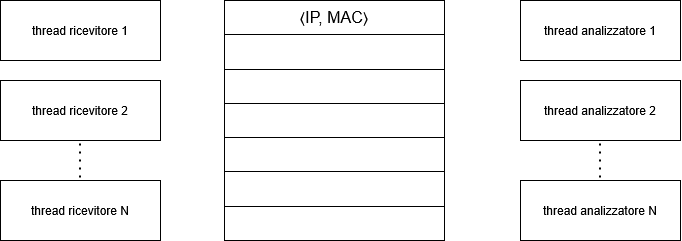
Earlier version of the draw.io export Images/Diagramma senza titolo.drawio.png (melo222/DAI-Open-Source). Source tidied: cells renumbered, new cells last; positions are measured from the earlier drawing's top-left corner, leaving out a move shared by most shapes.
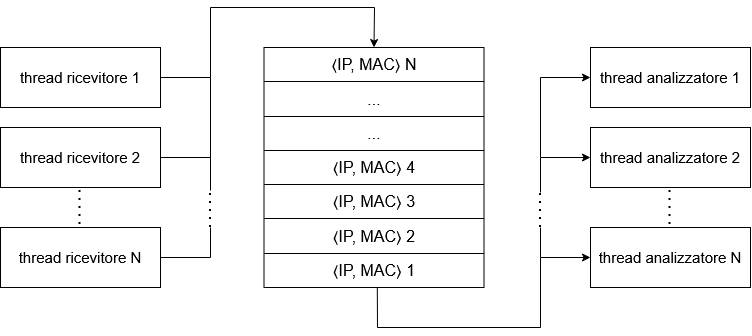
After the commit.

Diff of the diagram source:
```diff
@@ -2,80 +2,156 @@
   <root>
     <mxCell id="0" />
     <mxCell id="1" parent="0" />
-    <mxCell id="2" value="thread ricevitore 1" style="rounded=0;whiteSpace=wrap;html=1;" parent="1" vertex="1">
-      <mxGeometry width="160" height="60" as="geometry" />
+    <mxCell id="2" value="thread ricevitore 1" style="rounded=0;whiteSpace=wrap;html=1;fontSize=15;fontStyle=0;" parent="1" vertex="1">
+      <mxGeometry x="-40" width="160" height="60" as="geometry" />
     </mxCell>
-    <mxCell id="3" value="&lt;div&gt;thread ricevitore 2&lt;/div&gt;" style="rounded=0;whiteSpace=wrap;html=1;" parent="1" vertex="1">
-      <mxGeometry y="80" width="160" height="60" as="geometry" />
+    <mxCell id="3" value="&lt;div&gt;thread ricevitore 2&lt;/div&gt;" style="rounded=0;whiteSpace=wrap;html=1;fontSize=15;fontStyle=0;" parent="1" vertex="1">
+      <mxGeometry x="-40" y="80" width="160" height="60" as="geometry" />
     </mxCell>
-    <mxCell id="4" value="thread ricevitore N" style="rounded=0;whiteSpace=wrap;html=1;" parent="1" vertex="1">
-      <mxGeometry y="180" width="160" height="60" as="geometry" />
+    <mxCell id="4" value="thread ricevitore N" style="rounded=0;whiteSpace=wrap;html=1;fontSize=15;fontStyle=0;" parent="1" vertex="1">
+      <mxGeometry x="-40" y="180" width="160" height="60" as="geometry" />
     </mxCell>
-    <mxCell id="5" value="thread analizzatore 1" style="rounded=0;whiteSpace=wrap;html=1;" parent="1" vertex="1">
-      <mxGeometry x="520" width="160" height="60" as="geometry" />
+    <mxCell id="5" value="thread analizzatore 1" style="rounded=0;whiteSpace=wrap;html=1;fontSize=15;fontStyle=0;" parent="1" vertex="1">
+      <mxGeometry x="550" width="160" height="60" as="geometry" />
     </mxCell>
-    <mxCell id="6" value="&lt;div&gt;thread&amp;nbsp;analizzatore&amp;nbsp;2&lt;/div&gt;" style="rounded=0;whiteSpace=wrap;html=1;" parent="1" vertex="1">
-      <mxGeometry x="520" y="80" width="160" height="60" as="geometry" />
+    <mxCell id="6" value="&lt;div&gt;thread&amp;nbsp;analizzatore&amp;nbsp;2&lt;/div&gt;" style="rounded=0;whiteSpace=wrap;html=1;fontSize=15;fontStyle=0;" parent="1" vertex="1">
+      <mxGeometry x="550" y="80" width="160" height="60" as="geometry" />
     </mxCell>
-    <mxCell id="7" value="thread&amp;nbsp;analizzatore N" style="rounded=0;whiteSpace=wrap;html=1;" parent="1" vertex="1">
-      <mxGeometry x="520" y="180" width="160" height="60" as="geometry" />
+    <mxCell id="7" value="thread&amp;nbsp;analizzatore N" style="rounded=0;whiteSpace=wrap;html=1;fontSize=15;fontStyle=0;" parent="1" vertex="1">
+      <mxGeometry x="550" y="180" width="160" height="60" as="geometry" />
     </mxCell>
     <mxCell id="8" style="endArrow=none;dashed=1;html=1;dashPattern=1 3;strokeWidth=2;rounded=0;" parent="1" edge="1">
       <mxGeometry relative="1" as="geometry">
-        <mxPoint x="79.5" y="177" as="sourcePoint" />
-        <mxPoint x="79.5" y="137" as="targetPoint" />
+        <mxPoint x="39.5" y="177" as="sourcePoint" />
+        <mxPoint x="39.5" y="137" as="targetPoint" />
       </mxGeometry>
     </mxCell>
     <mxCell id="9" style="endArrow=none;dashed=1;html=1;dashPattern=1 3;strokeWidth=2;rounded=0;" parent="1" edge="1">
       <mxGeometry relative="1" as="geometry">
-        <mxPoint x="599.5" y="177" as="sourcePoint" />
-        <mxPoint x="599.5" y="137" as="targetPoint" />
+        <mxPoint x="629.5" y="177" as="sourcePoint" />
+        <mxPoint x="629.5" y="137" as="targetPoint" />
       </mxGeometry>
     </mxCell>
     <mxCell id="10" style="shape=table;startSize=0;fontSize=16;" parent="1" vertex="1">
-      <mxGeometry x="224" width="220" height="240" as="geometry" />
+      <mxGeometry x="223.5" width="220" height="240" as="geometry" />
     </mxCell>
     <mxCell id="11" style="shape=tableRow;horizontal=0;startSize=0;swimlaneHead=0;swimlaneBody=0;strokeColor=inherit;top=0;left=0;bottom=0;right=0;fillColor=none;fontSize=16;" parent="10" vertex="1">
       <mxGeometry width="220" height="34" as="geometry" />
     </mxCell>
-    <mxCell id="12" value="&lt;div&gt;⟨IP, MAC⟩&lt;/div&gt;" style="shape=partialRectangle;html=1;whiteSpace=wrap;strokeColor=inherit;overflow=hidden;fillColor=none;top=0;left=0;bottom=0;right=0;fontSize=16;" parent="11" vertex="1">
+    <mxCell id="12" value="&lt;div&gt;⟨IP, MAC⟩ N&lt;/div&gt;" style="shape=partialRectangle;html=1;whiteSpace=wrap;strokeColor=inherit;overflow=hidden;fillColor=none;top=0;left=0;bottom=0;right=0;fontSize=16;" parent="11" vertex="1">
       <mxGeometry width="220" height="34" as="geometry" />
     </mxCell>
     <mxCell id="13" style="shape=tableRow;horizontal=0;startSize=0;swimlaneHead=0;swimlaneBody=0;strokeColor=inherit;top=0;left=0;bottom=0;right=0;fillColor=none;fontSize=16;" parent="10" vertex="1">
       <mxGeometry y="34" width="220" height="35" as="geometry" />
     </mxCell>
-    <mxCell id="14" style="shape=partialRectangle;html=1;whiteSpace=wrap;strokeColor=inherit;overflow=hidden;fillColor=none;top=0;left=0;bottom=0;right=0;fontSize=16;" parent="13" vertex="1">
+    <mxCell id="14" value="&lt;div&gt;...&lt;/div&gt;" style="shape=partialRectangle;html=1;whiteSpace=wrap;strokeColor=inherit;overflow=hidden;fillColor=none;top=0;left=0;bottom=0;right=0;fontSize=16;" parent="13" vertex="1">
       <mxGeometry width="220" height="35" as="geometry" />
     </mxCell>
     <mxCell id="15" style="shape=tableRow;horizontal=0;startSize=0;swimlaneHead=0;swimlaneBody=0;strokeColor=inherit;top=0;left=0;bottom=0;right=0;fillColor=none;fontSize=16;" parent="10" vertex="1">
       <mxGeometry y="69" width="220" height="34" as="geometry" />
     </mxCell>
-    <mxCell id="16" style="shape=partialRectangle;html=1;whiteSpace=wrap;strokeColor=inherit;overflow=hidden;fillColor=none;top=0;left=0;bottom=0;right=0;fontSize=16;" parent="15" vertex="1">
+    <mxCell id="16" value="&lt;div&gt;...&lt;/div&gt;" style="shape=partialRectangle;html=1;whiteSpace=wrap;strokeColor=inherit;overflow=hidden;fillColor=none;top=0;left=0;bottom=0;right=0;fontSize=16;" parent="15" vertex="1">
       <mxGeometry width="220" height="34" as="geometry" />
     </mxCell>
     <mxCell id="17" style="shape=tableRow;horizontal=0;startSize=0;swimlaneHead=0;swimlaneBody=0;strokeColor=inherit;top=0;left=0;bottom=0;right=0;fillColor=none;fontSize=16;" parent="10" vertex="1">
       <mxGeometry y="103" width="220" height="34" as="geometry" />
     </mxCell>
-    <mxCell id="18" style="shape=partialRectangle;html=1;whiteSpace=wrap;strokeColor=inherit;overflow=hidden;fillColor=none;top=0;left=0;bottom=0;right=0;fontSize=16;" parent="17" vertex="1">
+    <mxCell id="18" value="&lt;div&gt;⟨IP, MAC⟩ 4&lt;/div&gt;" style="shape=partialRectangle;html=1;whiteSpace=wrap;strokeColor=inherit;overflow=hidden;fillColor=none;top=0;left=0;bottom=0;right=0;fontSize=16;" parent="17" vertex="1">
       <mxGeometry width="220" height="34" as="geometry" />
     </mxCell>
     <mxCell id="19" style="shape=tableRow;horizontal=0;startSize=0;swimlaneHead=0;swimlaneBody=0;strokeColor=inherit;top=0;left=0;bottom=0;right=0;fillColor=none;fontSize=16;" parent="10" vertex="1">
       <mxGeometry y="137" width="220" height="34" as="geometry" />
     </mxCell>
-    <mxCell id="20" style="shape=partialRectangle;html=1;whiteSpace=wrap;strokeColor=inherit;overflow=hidden;fillColor=none;top=0;left=0;bottom=0;right=0;fontSize=16;" parent="19" vertex="1">
+    <mxCell id="20" value="&lt;div&gt;⟨IP, MAC⟩ 3&lt;/div&gt;" style="shape=partialRectangle;html=1;whiteSpace=wrap;strokeColor=inherit;overflow=hidden;fillColor=none;top=0;left=0;bottom=0;right=0;fontSize=16;" parent="19" vertex="1">
       <mxGeometry width="220" height="34" as="geometry" />
     </mxCell>
     <mxCell id="21" style="shape=tableRow;horizontal=0;startSize=0;swimlaneHead=0;swimlaneBody=0;strokeColor=inherit;top=0;left=0;bottom=0;right=0;fillColor=none;fontSize=16;" parent="10" vertex="1">
       <mxGeometry y="171" width="220" height="35" as="geometry" />
     </mxCell>
-    <mxCell id="22" style="shape=partialRectangle;html=1;whiteSpace=wrap;strokeColor=inherit;overflow=hidden;fillColor=none;top=0;left=0;bottom=0;right=0;fontSize=16;" parent="21" vertex="1">
+    <mxCell id="22" value="&lt;div&gt;⟨IP, MAC⟩ 2&lt;/div&gt;" style="shape=partialRectangle;html=1;whiteSpace=wrap;strokeColor=inherit;overflow=hidden;fillColor=none;top=0;left=0;bottom=0;right=0;fontSize=16;" parent="21" vertex="1">
       <mxGeometry width="220" height="35" as="geometry" />
     </mxCell>
     <mxCell id="23" style="shape=tableRow;horizontal=0;startSize=0;swimlaneHead=0;swimlaneBody=0;strokeColor=inherit;top=0;left=0;bottom=0;right=0;fillColor=none;points=[[0,0.5],[1,0.5]];portConstraint=eastwest;fontSize=16;" parent="10" vertex="1">
       <mxGeometry y="206" width="220" height="34" as="geometry" />
     </mxCell>
-    <mxCell id="24" style="shape=partialRectangle;html=1;whiteSpace=wrap;strokeColor=inherit;overflow=hidden;fillColor=none;top=0;left=0;bottom=0;right=0;fontSize=16;" parent="23" vertex="1">
+    <mxCell id="24" value="&lt;div&gt;⟨IP, MAC⟩ 1&lt;/div&gt;" style="shape=partialRectangle;html=1;whiteSpace=wrap;strokeColor=inherit;overflow=hidden;fillColor=none;top=0;left=0;bottom=0;right=0;fontSize=16;" parent="23" vertex="1">
       <mxGeometry width="220" height="34" as="geometry" />
     </mxCell>
+    <mxCell id="25" style="endArrow=classic;html=1;rounded=0;entryX=0.5;entryY=0;entryDx=0;entryDy=0;" parent="1" edge="1" target="10">
+      <mxGeometry relative="1" as="geometry">
+        <mxPoint x="120" y="30" as="sourcePoint" />
+        <Array as="points">
+          <mxPoint x="170" y="30" />
+          <mxPoint x="170" y="-40" />
+          <mxPoint x="334" y="-40" />
+        </Array>
+      </mxGeometry>
+    </mxCell>
+    <mxCell id="26" style="endArrow=none;html=1;rounded=0;exitX=1;exitY=0.5;exitDx=0;exitDy=0;" parent="1" edge="1" source="3">
+      <mxGeometry relative="1" as="geometry">
+        <mxPoint x="170" y="30" as="targetPoint" />
+        <Array as="points">
+          <mxPoint x="170" y="110" />
+        </Array>
+      </mxGeometry>
+    </mxCell>
+    <mxCell id="27" style="endArrow=none;html=1;rounded=0;exitX=1;exitY=0.5;exitDx=0;exitDy=0;" parent="1" edge="1">
+      <mxGeometry relative="1" as="geometry">
+        <mxPoint x="120" y="210" as="sourcePoint" />
+        <mxPoint x="170" y="180" as="targetPoint" />
+        <Array as="points">
+          <mxPoint x="170" y="210" />
+        </Array>
+      </mxGeometry>
+    </mxCell>
+    <mxCell id="28" style="endArrow=none;dashed=1;html=1;dashPattern=1 3;strokeWidth=2;rounded=0;" parent="1" edge="1">
+      <mxGeometry relative="1" as="geometry">
+        <mxPoint x="170" y="180" as="sourcePoint" />
+        <mxPoint x="170" y="140" as="targetPoint" />
+      </mxGeometry>
+    </mxCell>
+    <mxCell id="29" style="endArrow=none;html=1;rounded=0;" parent="1" edge="1">
+      <mxGeometry relative="1" as="geometry">
+        <mxPoint x="170" y="143" as="sourcePoint" />
+        <mxPoint x="170" y="103" as="targetPoint" />
+      </mxGeometry>
+    </mxCell>
+    <mxCell id="30" style="endArrow=classic;html=1;rounded=0;exitX=0.515;exitY=0.998;exitDx=0;exitDy=0;exitPerimeter=0;entryX=0;entryY=0.5;entryDx=0;entryDy=0;" parent="1" edge="1" source="23" target="7">
+      <mxGeometry relative="1" as="geometry">
+        <Array as="points">
+          <mxPoint x="337" y="280" />
+          <mxPoint x="500" y="280" />
+          <mxPoint x="500" y="210" />
+        </Array>
+      </mxGeometry>
+    </mxCell>
+    <mxCell id="31" style="endArrow=none;html=1;rounded=0;" parent="1" edge="1">
+      <mxGeometry relative="1" as="geometry">
+        <mxPoint x="500" y="210" as="sourcePoint" />
+        <mxPoint x="500" y="180" as="targetPoint" />
+      </mxGeometry>
+    </mxCell>
+    <mxCell id="32" style="endArrow=none;dashed=1;html=1;dashPattern=1 3;strokeWidth=2;rounded=0;" parent="1" edge="1">
+      <mxGeometry relative="1" as="geometry">
+        <mxPoint x="500" y="180" as="sourcePoint" />
+        <mxPoint x="500" y="140" as="targetPoint" />
+      </mxGeometry>
+    </mxCell>
+    <mxCell id="33" style="endArrow=classic;html=1;rounded=0;entryX=0;entryY=0.5;entryDx=0;entryDy=0;" parent="1" edge="1" target="6">
+      <mxGeometry relative="1" as="geometry">
+        <mxPoint x="500" y="145" as="sourcePoint" />
+        <Array as="points">
+          <mxPoint x="500" y="110" />
+        </Array>
+      </mxGeometry>
+    </mxCell>
+    <mxCell id="34" style="endArrow=classic;html=1;rounded=0;entryX=0;entryY=0.5;entryDx=0;entryDy=0;" parent="1" edge="1" target="5">
+      <mxGeometry relative="1" as="geometry">
+        <mxPoint x="500" y="110" as="sourcePoint" />
+        <Array as="points">
+          <mxPoint x="500" y="30" />
+        </Array>
+      </mxGeometry>
+    </mxCell>
   </root>
 </mxGraphModel>
```
